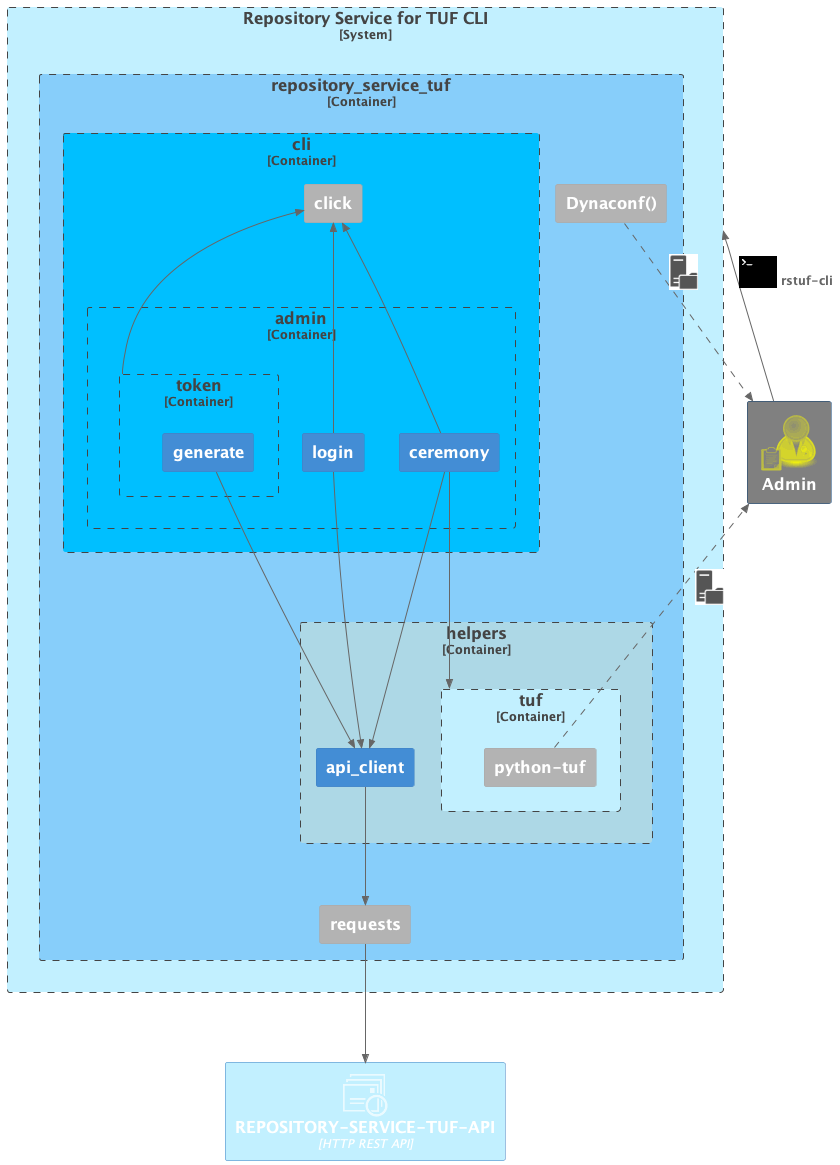
Earlier version of the PlantUML export docs/source/_static/repository-service-tuf-cli-C3.png (repository-service-tuf/repository-service-tuf-cli). The source it was exported from:
```plantuml
@startuml repository-service-tuf-cli-C3
!include https://raw.githubusercontent.com/plantuml-stdlib/C4-PlantUML/master/C4_Component.puml

!define osaPuml https://raw.githubusercontent.com/Crashedmind/PlantUML-opensecurityarchitecture2-icons/master
!include osaPuml/Common.puml
!include osaPuml/User/all.puml

!include <office/Servers/file_server>
!include <office/Servers/application_server>
!include <office/Services/web_services>
!include <office/Concepts/application_generic>
!include <office/Concepts/service_application>
!include <office/Servers/web_server>
!include <office/Communications/queue_viewer>
!include <office/Devices/management_console>
!include <logos/terminal>
!include <office/Security/lock_with_key_security>
!include <office/Concepts/download>


AddPersonTag("admin", $sprite="osa_user_audit,color=yellow", $legendSprite="osa_user_audit,scale=0.25,color=yellow", $legendText="Repository Admins", $bgColor=Gray)
AddPersonTag("user", $sprite="osa_user_green_developer", $legendSprite="osa_user_green_developer,scale=0.25,color=yellow", $legendText="Repository Users", $bgColor=Gray)

AddContainerTag("webui", $sprite="application_server", $legendText="Web UI Interface", $bgColor=Gray)
AddContainerTag("key_service", $sprite="lock_with_key_security", $legendText="Key Service", $bgColor=Gray)
AddContainerTag("storage_service", $sprite="file_server", $legendText="Storage Service", $bgColor=Gray)
AddContainerTag("rest_api", $sprite="web_server", $legendText="Repository REST API")
AddContainerTag("repo_worker", $sprite="service_application", $legendText="Repository Metadata Worker")
AddContainerTag("queue", $sprite="queue_viewer", $legendText="Message Queue")
AddContainerTag("ci_cd", $sprite="application_generic", $legendText="CI/CD, Artfact Management, etc")
AddContainerTag("metadata_web", $sprite="web_services", $legendText="Web exposed TUF Metadata")
AddContainerTag("download_target", $sprite="download", $legendText="Download file/target/package", $bgColor=Gray)
AddContainerTag("terminal", $sprite="terminal,scale=0.5,color=#000000", $legendText="CLI")

AddRelTag("terminal", $textColor="$ARROW_COLOR", $lineColor="$ARROW_COLOR", $sprite="terminal,scale=0.75,color=#000000", $legendText="Repository Service for TUF CLI")
AddRelTag("bowser", $textColor="$ARROW_COLOR", $lineColor="$ARROW_COLOR", $sprite="management_console,scale=0.5", $legendText="Browser")
AddRelTag("download", $textColor="Green", $lineColor="$ARROW_COLOR")
AddRelTag("share", $textColor="orange", $lineColor="grey", $lineStyle = DashedLine())
AddRelTag("os", $textColor="$ARROW_COLOR", $lineColor="$ARROW_COLOR", $lineStyle = DashedLine(), $sprite="file_server,scale=0.75,color=#000000", $legendText="Writes OS")

Person(user, "Admin", $tags="admin") #Grey

System_Boundary(trs_cli, "Repository Service for TUF CLI") #APPLICATION {
    Container_Boundary(repository_service_tuf, "repository_service_tuf")  #LightSkyBlue {
        Container_Boundary(cli, "cli") #DeepSkyBlue{
            Container_Ext(click, "click")
            Container_Boundary(admin, "admin") {
                Container(ceremony, "ceremony")
                Container(login, "login")
                Container_Boundary(token, "token"){
                    Container(generate, "generate")
                }
            }
        }
        Container_Boundary(users, "helpers",) #LightBlue {
            Container(api_client, "api_client")
            Container_Boundary(tuf, "tuf",) #APPLICATION {
                Container_Ext(python_tuf, "python-tuf")
            }

        }
        Container_Ext(dynaconf, "Dynaconf()")
        Container_Ext(requests, "requests")
    }
}
Container(tuf_repository_service_api, "REPOSITORY-SERVICE-TUF-API", "HTTP REST API", $tags="queue") #APPLICATION

Rel_R(user, trs_cli, "rstuf-cli", $tags="terminal")

Rel(ceremony, tuf, " ")
Rel(ceremony, api_client, " ")
Rel_R(generate, api_client, " ")
Rel_L(token, click, " ")
Rel(login, api_client, " ")
Rel(api_client, requests, " ")
Rel(dynaconf, user, " ", $tags="os")
Rel(python_tuf, user, " ", $tags="os")
Rel_U(ceremony, click, " ")
Rel_U(login, click, " ")

Rel(requests, tuf_repository_service_api, " ")

HIDE_STEREOTYPE()
@enduml
```
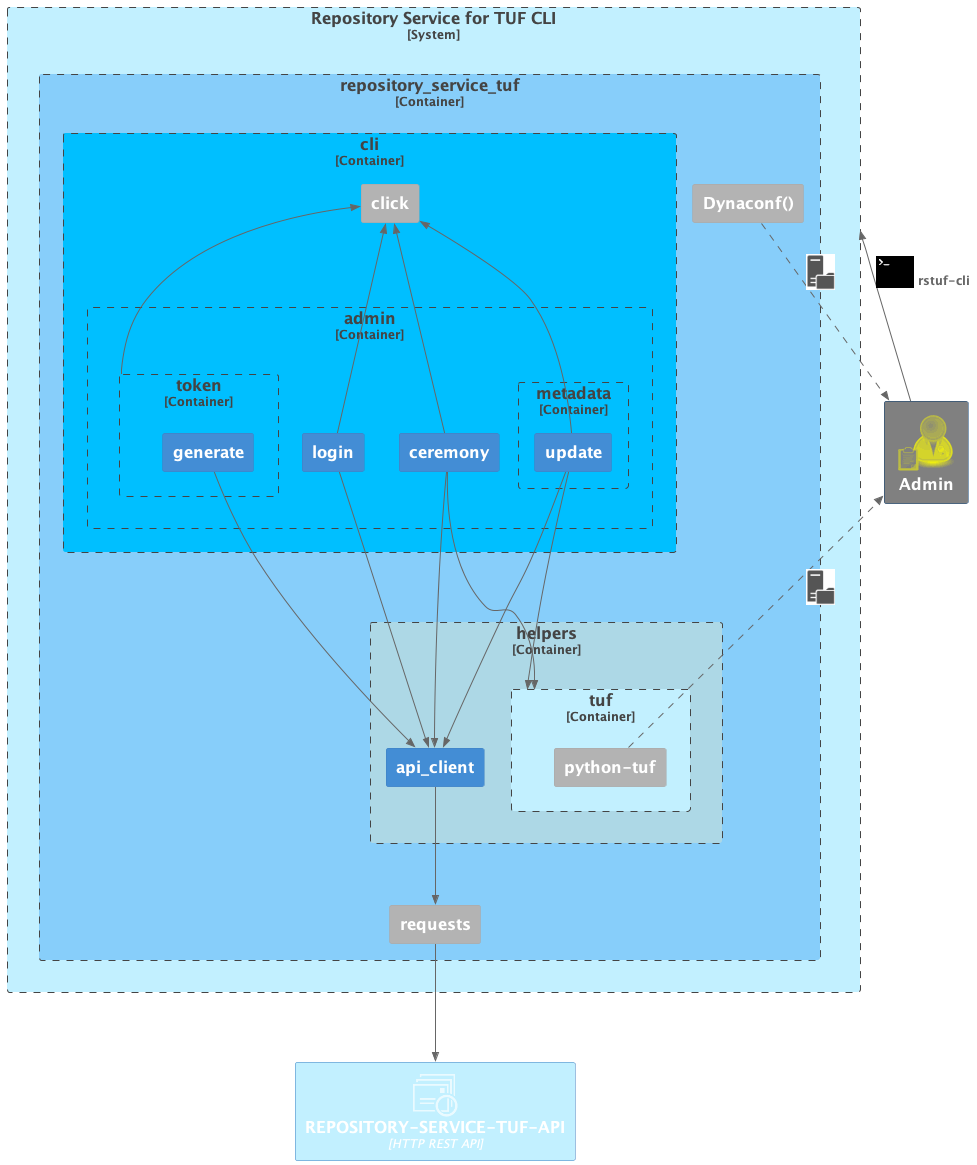
After the change.

Diff of the diagram source:
```diff
@@ -46,6 +46,9 @@
             Container_Ext(click, "click")
             Container_Boundary(admin, "admin") {
                 Container(ceremony, "ceremony")
+                Container_Boundary(metadata, "metadata"){
+                    Container(update, "update")
+                }
                 Container(login, "login")
                 Container_Boundary(token, "token"){
                     Container(generate, "generate")
@@ -69,6 +72,8 @@
 
 Rel(ceremony, tuf, " ")
 Rel(ceremony, api_client, " ")
+Rel(update, tuf, " ")
+Rel(update, api_client, " ")
 Rel_R(generate, api_client, " ")
 Rel_L(token, click, " ")
 Rel(login, api_client, " ")
@@ -77,6 +82,7 @@
 Rel(python_tuf, user, " ", $tags="os")
 Rel_U(ceremony, click, " ")
 Rel_U(login, click, " ")
+Rel_U(update, click, " ")
 
 Rel(requests, tuf_repository_service_api, " ")
 
```
